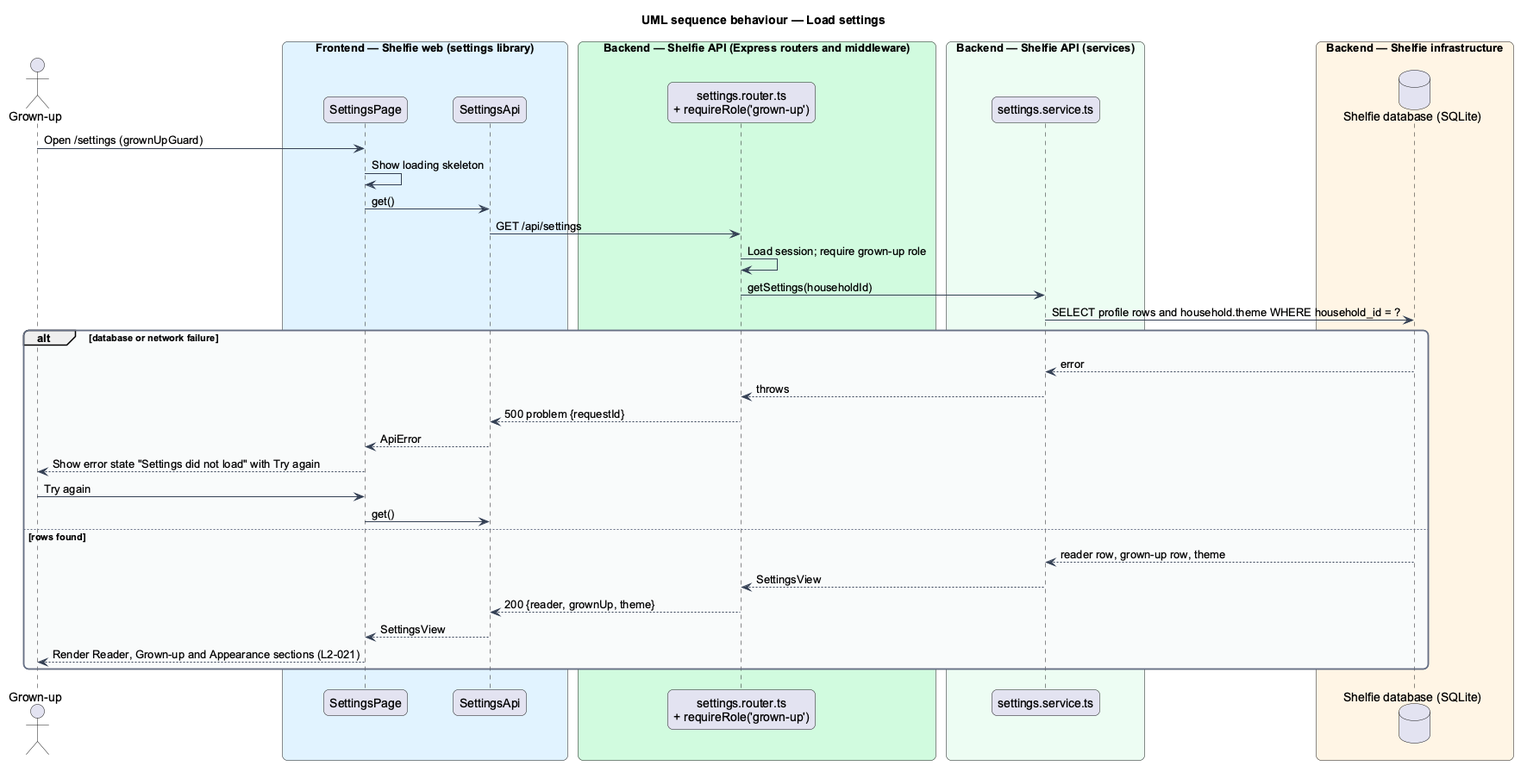
This is docs/detailed-designs/settings/edit-household-settings/diagrams/sequence-load-settings.png from QuinntyneBrown/shelfie, a PlantUML export, as it was before one commit. Source of this version:
```plantuml
@startuml
title UML sequence behaviour — Load settings
skinparam backgroundColor #FFFFFF
skinparam shadowing false
skinparam roundcorner 12
skinparam defaultFontName Arial
skinparam ArrowColor #344054
skinparam rectangle {
  BorderColor #344054
  FontColor #101828
}
skinparam package {
  BorderColor #667085
  FontColor #101828
  BackgroundColor #F9FAFB
}
actor "Grown-up" as grownUp
box "Frontend — Shelfie web (settings library)" #E0F2FE
  participant "SettingsPage" as page
  participant "SettingsApi" as client
end box
box "Backend — Shelfie API (Express routers and middleware)" #D1FADF
  participant "settings.router.ts\n+ requireRole('grown-up')" as router
end box
box "Backend — Shelfie API (services)" #ECFDF3
  participant "settings.service.ts" as service
end box
box "Backend — Shelfie infrastructure" #FFF4E5
  database "Shelfie database (SQLite)" as db
end box

grownUp -> page : Open /settings (grownUpGuard)
page -> page : Show loading skeleton
page -> client : get()
client -> router : GET /api/settings
router -> router : Load session; require grown-up role
router -> service : getSettings(householdId)
service -> db : SELECT profile rows and household.theme WHERE household_id = ?
alt database or network failure
  db --> service : error
  service --> router : throws
  router --> client : 500 problem {requestId}
  client --> page : ApiError
  page --> grownUp : Show error state "Settings did not load" with Try again
  grownUp -> page : Try again
  page -> client : get()
else rows found
  db --> service : reader row, grown-up row, theme
  service --> router : SettingsView
  router --> client : 200 {reader, grownUp, theme}
  client --> page : SettingsView
  page --> grownUp : Render Reader, Grown-up and Appearance sections (L2-021)
end
@enduml
```
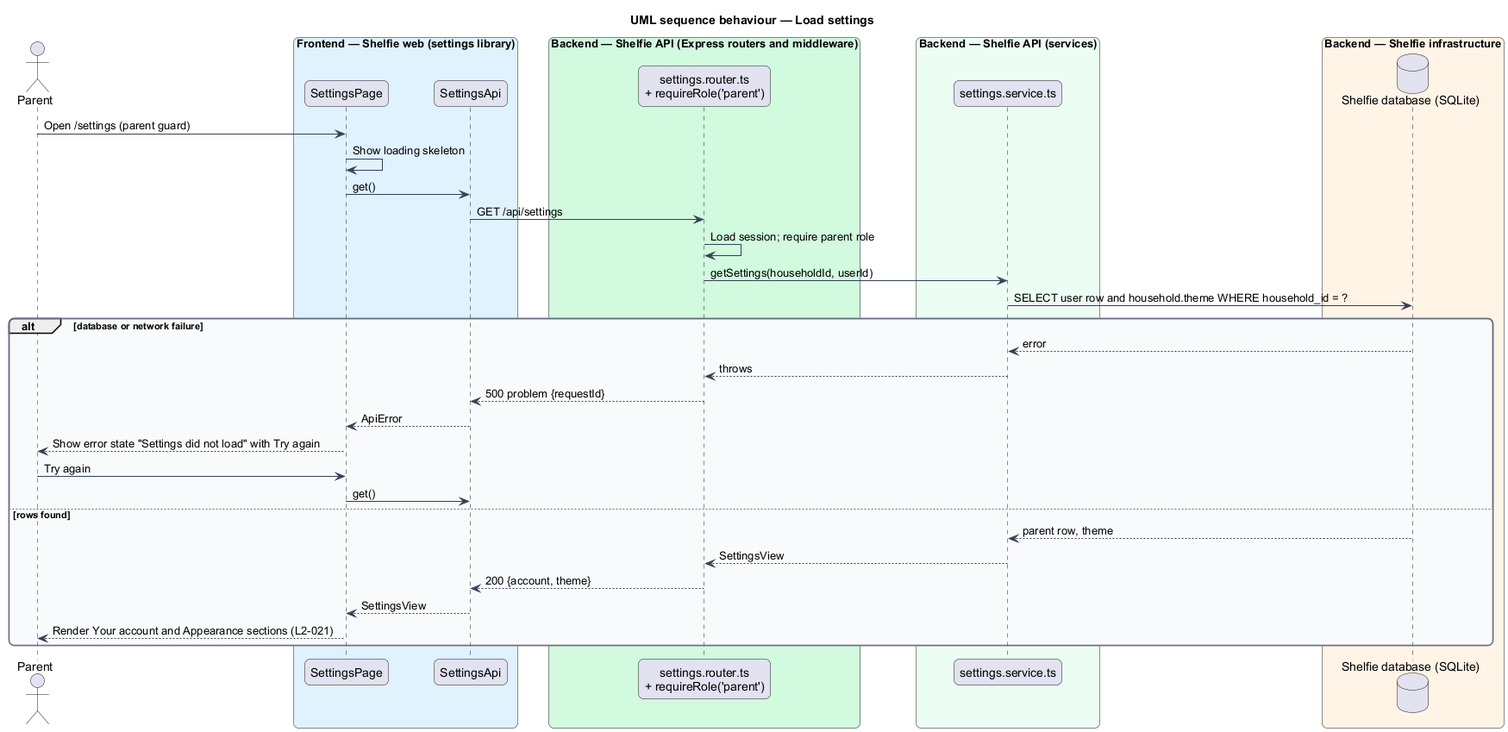
Later version of the same file.

What changed in the source:
```diff
@@ -14,13 +14,13 @@
   FontColor #101828
   BackgroundColor #F9FAFB
 }
-actor "Grown-up" as grownUp
+actor "Parent" as parent
 box "Frontend — Shelfie web (settings library)" #E0F2FE
   participant "SettingsPage" as page
   participant "SettingsApi" as client
 end box
 box "Backend — Shelfie API (Express routers and middleware)" #D1FADF
-  participant "settings.router.ts\n+ requireRole('grown-up')" as router
+  participant "settings.router.ts\n+ requireRole('parent')" as router
 end box
 box "Backend — Shelfie API (services)" #ECFDF3
   participant "settings.service.ts" as service
@@ -29,26 +29,26 @@
   database "Shelfie database (SQLite)" as db
 end box
 
-grownUp -> page : Open /settings (grownUpGuard)
+parent -> page : Open /settings (parent guard)
 page -> page : Show loading skeleton
 page -> client : get()
 client -> router : GET /api/settings
-router -> router : Load session; require grown-up role
-router -> service : getSettings(householdId)
-service -> db : SELECT profile rows and household.theme WHERE household_id = ?
+router -> router : Load session; require parent role
+router -> service : getSettings(householdId, userId)
+service -> db : SELECT user row and household.theme WHERE household_id = ?
 alt database or network failure
   db --> service : error
   service --> router : throws
   router --> client : 500 problem {requestId}
   client --> page : ApiError
-  page --> grownUp : Show error state "Settings did not load" with Try again
-  grownUp -> page : Try again
+  page --> parent : Show error state "Settings did not load" with Try again
+  parent -> page : Try again
   page -> client : get()
 else rows found
-  db --> service : reader row, grown-up row, theme
+  db --> service : parent row, theme
   service --> router : SettingsView
-  router --> client : 200 {reader, grownUp, theme}
+  router --> client : 200 {account, theme}
   client --> page : SettingsView
-  page --> grownUp : Render Reader, Grown-up and Appearance sections (L2-021)
+  page --> parent : Render Your account and Appearance sections (L2-021)
 end
 @enduml
```
